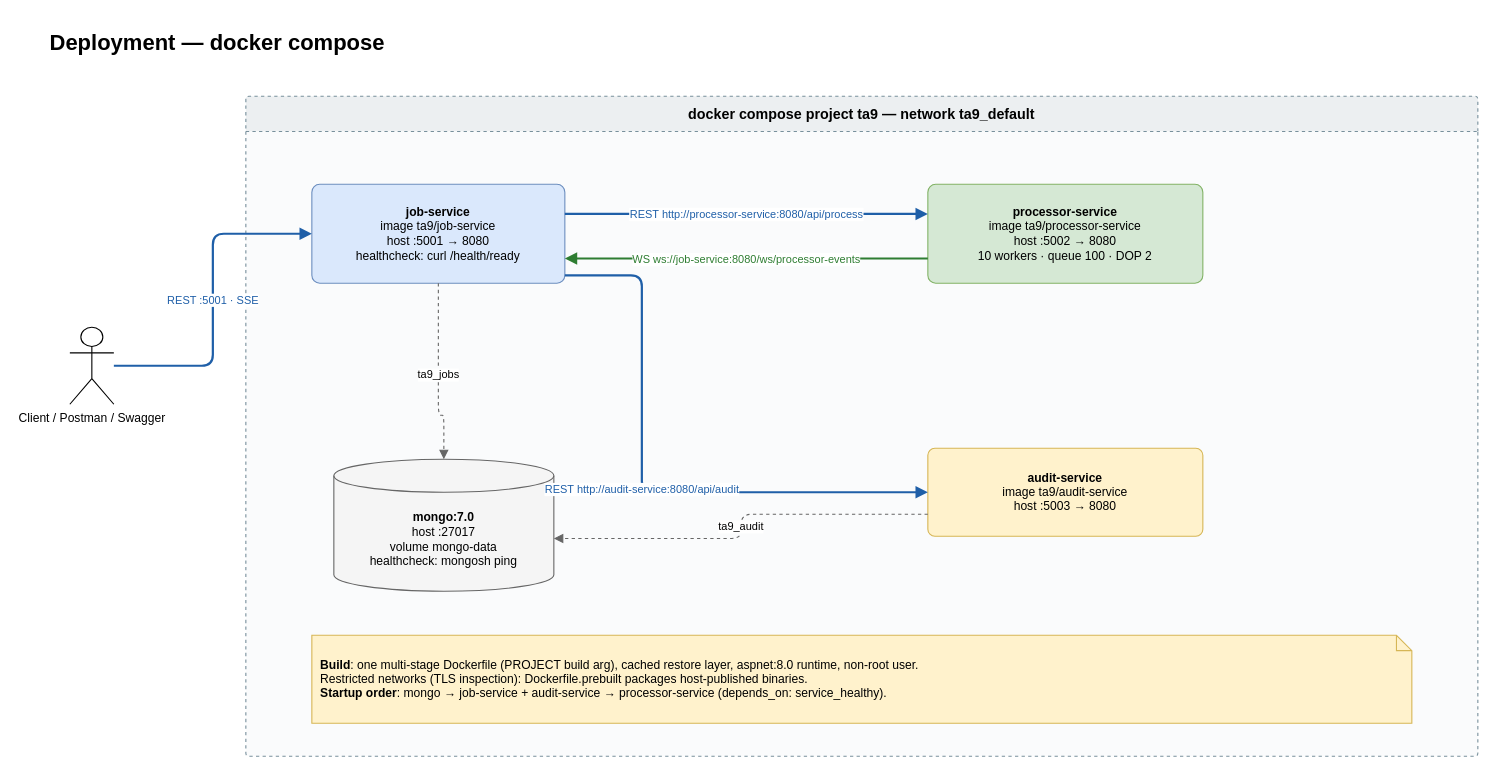
Earlier version of the draw.io diagram page "6. Deployment" (9 of 15) of docs/hld/diagrams/ta9-hld.drawio (orontamir/Ta9_Oron). Source tidied: cells renumbered, new cells numbered last; positions are measured from the earlier drawing's top-left corner, leaving out a move shared by most shapes. Both pictures are drawn from the tidied source at 110%, with x=0, y=0 at pixel (47, 19).
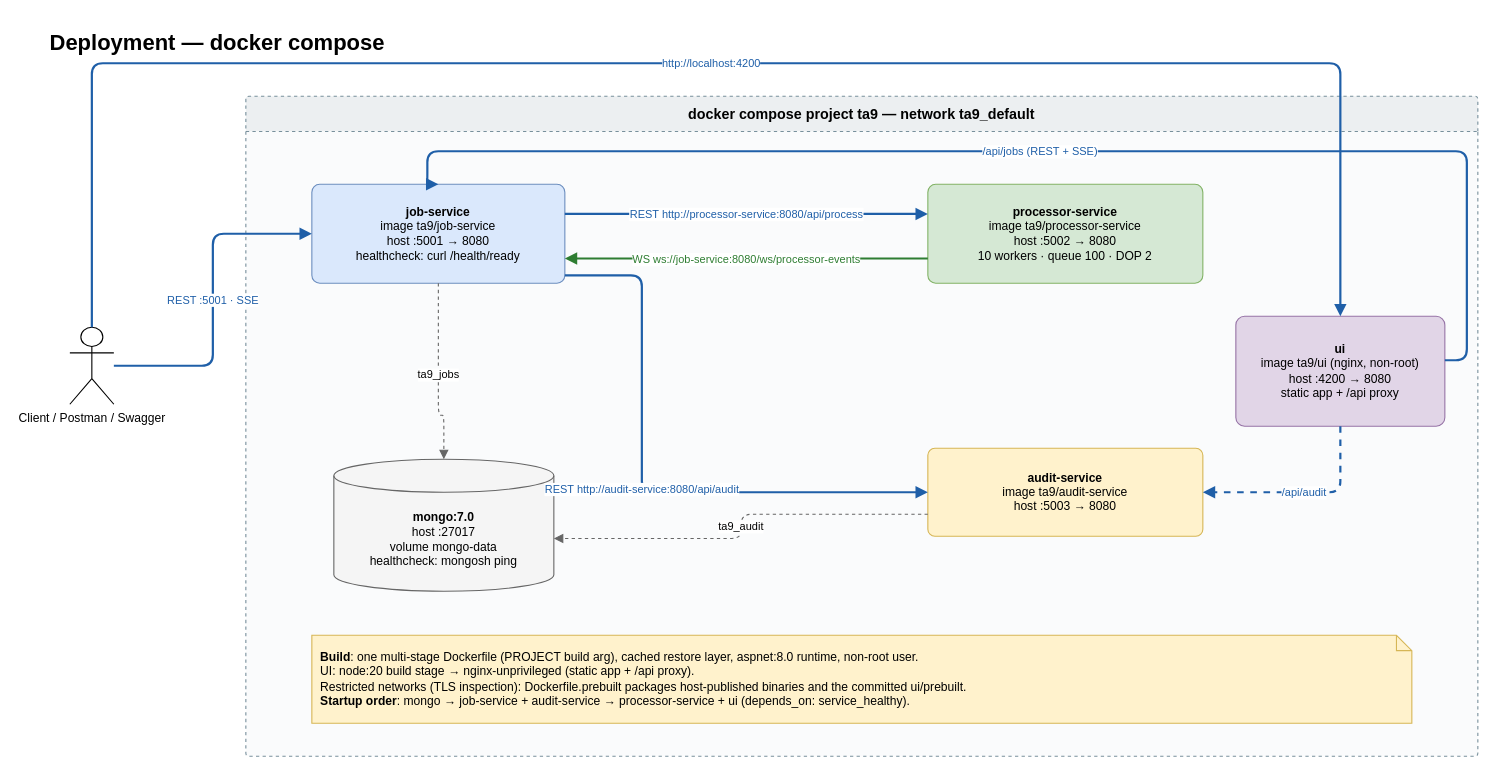
The same diagram, later.

Unchanged cells that the change refers to:
```xml
<mxCell id="3" value="Client / Postman / Swagger" style="shape=umlActor;verticalLabelPosition=bottom;verticalAlign=top;html=1;fontSize=11;" parent="1" vertex="1">
  <mxGeometry x="20" y="280" width="40" height="70" as="geometry" />
</mxCell>
<mxCell id="4" value="docker compose project &lt;b&gt;ta9&lt;/b&gt; — network ta9_default" style="swimlane;whiteSpace=wrap;html=1;startSize=32;fontSize=13;rounded=1;arcSize=3;fillColor=#ECEFF1;strokeColor=#78909C;swimlaneFillColor=#FAFBFC;dashed=1;" parent="1" vertex="1">
  <mxGeometry x="180" y="70" width="1120" height="600" as="geometry" />
</mxCell>
<mxCell id="5" value="&lt;b&gt;job-service&lt;/b&gt;&lt;br&gt;image ta9/job-service&lt;br&gt;host :5001 → 8080&lt;br&gt;healthcheck: curl /health/ready" style="rounded=1;whiteSpace=wrap;html=1;fontSize=11;arcSize=8;fillColor=#dae8fc;strokeColor=#6c8ebf;" parent="4" vertex="1">
  <mxGeometry x="60" y="80" width="230" height="90" as="geometry" />
</mxCell>
<mxCell id="7" value="&lt;b&gt;audit-service&lt;/b&gt;&lt;br&gt;image ta9/audit-service&lt;br&gt;host :5003 → 8080" style="rounded=1;whiteSpace=wrap;html=1;fontSize=11;arcSize=8;fillColor=#fff2cc;strokeColor=#d6b656;" parent="4" vertex="1">
  <mxGeometry x="620" y="320" width="250" height="80" as="geometry" />
</mxCell>
```

What changed in the source:
```diff
@@
-    <mxCell id="9" value="&lt;b&gt;Build&lt;/b&gt;: one multi-stage Dockerfile (PROJECT build arg), cached restore layer, aspnet:8.0 runtime, non-root user.&lt;br&gt;Restricted networks (TLS inspection): Dockerfile.prebuilt packages host-published binaries.&lt;br&gt;&lt;b&gt;Startup order&lt;/b&gt;: mongo → job-service + audit-service → processor-service (depends_on: service_healthy)." style="shape=note;whiteSpace=wrap;html=1;size=14;fillColor=#FFF2CC;strokeColor=#D6B656;fontSize=11;align=left;spacingLeft=6;" parent="4" vertex="1">
+    <mxCell id="9" value="&lt;b&gt;Build&lt;/b&gt;: one multi-stage Dockerfile (PROJECT build arg), cached restore layer, aspnet:8.0 runtime, non-root user.&lt;br&gt;UI: node:20 build stage → nginx-unprivileged (static app + /api proxy).&lt;br&gt;Restricted networks (TLS inspection): Dockerfile.prebuilt packages host-published binaries and the committed ui/prebuilt.&lt;br&gt;&lt;b&gt;Startup order&lt;/b&gt;: mongo → job-service + audit-service → processor-service + ui (depends_on: service_healthy)." style="shape=note;whiteSpace=wrap;html=1;size=14;fillColor=#FFF2CC;strokeColor=#D6B656;fontSize=11;align=left;spacingLeft=6;" parent="4" vertex="1">
       <mxGeometry x="60" y="490" width="1000" height="80" as="geometry" />
     </mxCell>
@@
+    <mxCell id="16" value="&lt;b&gt;ui&lt;/b&gt;&lt;br&gt;image ta9/ui (nginx, non-root)&lt;br&gt;host :4200 → 8080&lt;br&gt;static app + /api proxy" style="rounded=1;whiteSpace=wrap;html=1;fontSize=11;arcSize=8;fillColor=#e1d5e7;strokeColor=#9673a6;" parent="4" vertex="1">
+      <mxGeometry x="900" y="200" width="190" height="100" as="geometry" />
+    </mxCell>
+    <mxCell id="17" value="http://localhost:4200" style="edgeStyle=orthogonalEdgeStyle;rounded=1;html=1;endArrow=block;endFill=1;fontSize=10;labelBackgroundColor=#FFFFFF;strokeColor=#1f5fa8;strokeWidth=2;fontColor=#1f5fa8;exitX=0.5;exitY=0;exitDx=0;exitDy=0;entryX=0.5;entryY=0;entryDx=0;entryDy=0;" parent="1" edge="1" source="3" target="16">
+      <mxGeometry relative="1" as="geometry">
+        <Array as="points">
+          <mxPoint x="40" y="40" />
+          <mxPoint x="1175" y="40" />
+        </Array>
+      </mxGeometry>
+    </mxCell>
+    <mxCell id="18" value="/api/jobs (REST + SSE)" style="edgeStyle=orthogonalEdgeStyle;rounded=1;html=1;endArrow=block;endFill=1;fontSize=10;labelBackgroundColor=#FFFFFF;strokeColor=#1f5fa8;strokeWidth=2;fontColor=#1f5fa8;exitX=1;exitY=0.4;exitDx=0;exitDy=0;entryX=0.5;entryY=0;entryDx=0;entryDy=0;" parent="1" edge="1" source="16" target="5">
+      <mxGeometry relative="1" as="geometry">
+        <Array as="points">
+          <mxPoint x="1290" y="310" />
+          <mxPoint x="1290" y="120" />
+          <mxPoint x="345" y="120" />
+        </Array>
+      </mxGeometry>
+    </mxCell>
+    <mxCell id="19" value="/api/audit" style="edgeStyle=orthogonalEdgeStyle;rounded=1;html=1;endArrow=block;endFill=1;fontSize=10;labelBackgroundColor=#FFFFFF;strokeColor=#1f5fa8;strokeWidth=2;fontColor=#1f5fa8;dashed=1;exitX=0.5;exitY=1;exitDx=0;exitDy=0;entryX=1;entryY=0.5;entryDx=0;entryDy=0;" parent="1" edge="1" source="16" target="7">
+      <mxGeometry relative="1" as="geometry">
+        <Array as="points">
+          <mxPoint x="1175" y="430" />
+        </Array>
+      </mxGeometry>
+    </mxCell>
```
